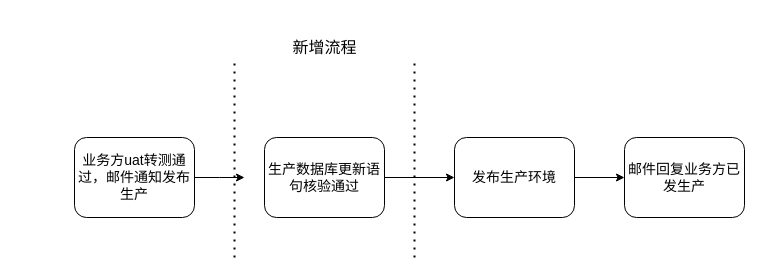
The draw.io diagram 数据核验.drawio in osangel/architecture.of.internet-product, before the edit. Source tidied: cells renumbered, new cells numbered last; positions are measured from the earlier drawing's top-left corner, leaving out a move shared by most shapes. Both pictures are drawn from the tidied source at 100%, with x=0, y=0 at pixel (74, 37).
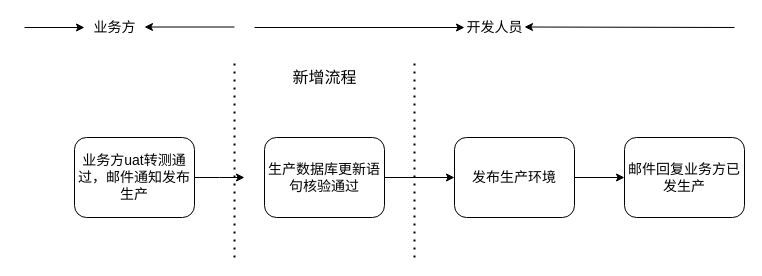
Above is the later version.

Change to the diagram source:
```diff
@@
     <mxCell id="8" value="新增流程" style="text;html=1;align=center;verticalAlign=middle;strokeColor=none;fontSize=16;" parent="1" vertex="1">
-      <mxGeometry x="210" width="80" height="20" as="geometry" />
+      <mxGeometry x="210" y="30" width="80" height="20" as="geometry" />
     </mxCell>
@@
+    <mxCell id="12" style="endArrow=classic;html=1;fontSize=14;" parent="1" edge="1">
+      <mxGeometry relative="1" as="geometry">
+        <mxPoint x="-50" y="-10" as="sourcePoint" />
+        <mxPoint x="10" y="-10" as="targetPoint" />
+      </mxGeometry>
+    </mxCell>
+    <mxCell id="13" value="业务方" style="text;html=1;align=center;verticalAlign=middle;strokeColor=none;fontSize=14;" parent="1" vertex="1">
+      <mxGeometry x="10" y="-20" width="60" height="20" as="geometry" />
+    </mxCell>
+    <mxCell id="14" style="endArrow=classic;html=1;fontSize=14;" parent="1" edge="1">
+      <mxGeometry relative="1" as="geometry">
+        <mxPoint x="160" y="-10.5" as="sourcePoint" />
+        <mxPoint x="70" y="-10.5" as="targetPoint" />
+      </mxGeometry>
+    </mxCell>
+    <mxCell id="15" style="endArrow=classic;html=1;fontSize=14;" parent="1" edge="1">
+      <mxGeometry relative="1" as="geometry">
+        <mxPoint x="180" y="-10" as="sourcePoint" />
+        <mxPoint x="390" y="-10" as="targetPoint" />
+      </mxGeometry>
+    </mxCell>
+    <mxCell id="16" value="开发人员" style="text;html=1;align=center;verticalAlign=middle;strokeColor=none;fontSize=14;" parent="1" vertex="1">
+      <mxGeometry x="385" y="-20" width="70" height="20" as="geometry" />
+    </mxCell>
+    <mxCell id="17" style="endArrow=classic;html=1;fontSize=14;" parent="1" edge="1">
+      <mxGeometry relative="1" as="geometry">
+        <mxPoint x="660" y="-10" as="sourcePoint" />
+        <mxPoint x="450" y="-10.5" as="targetPoint" />
+      </mxGeometry>
+    </mxCell>
```
